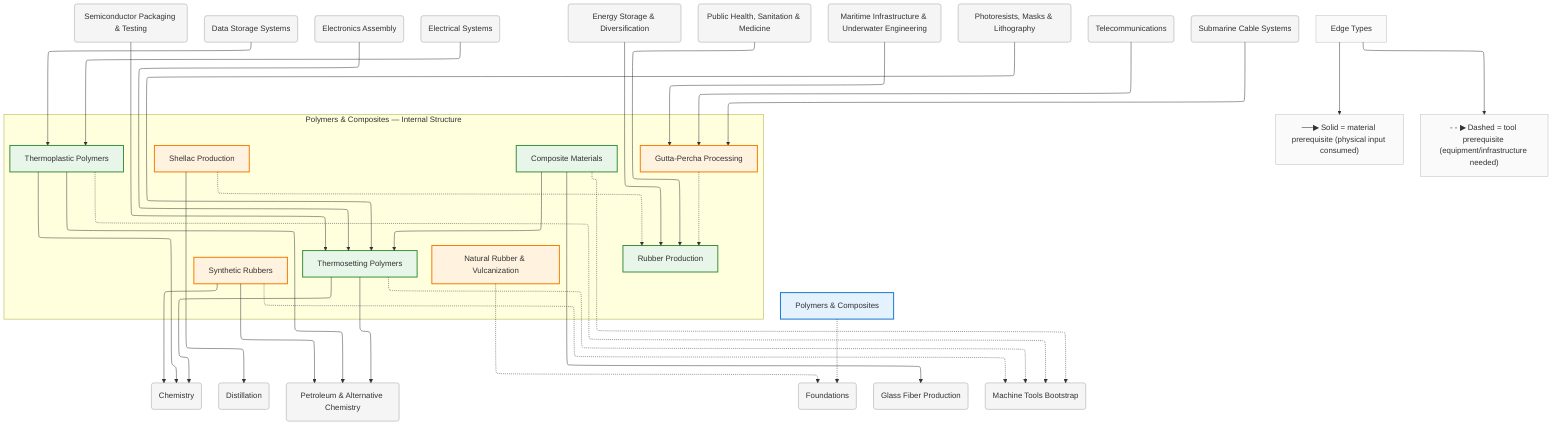
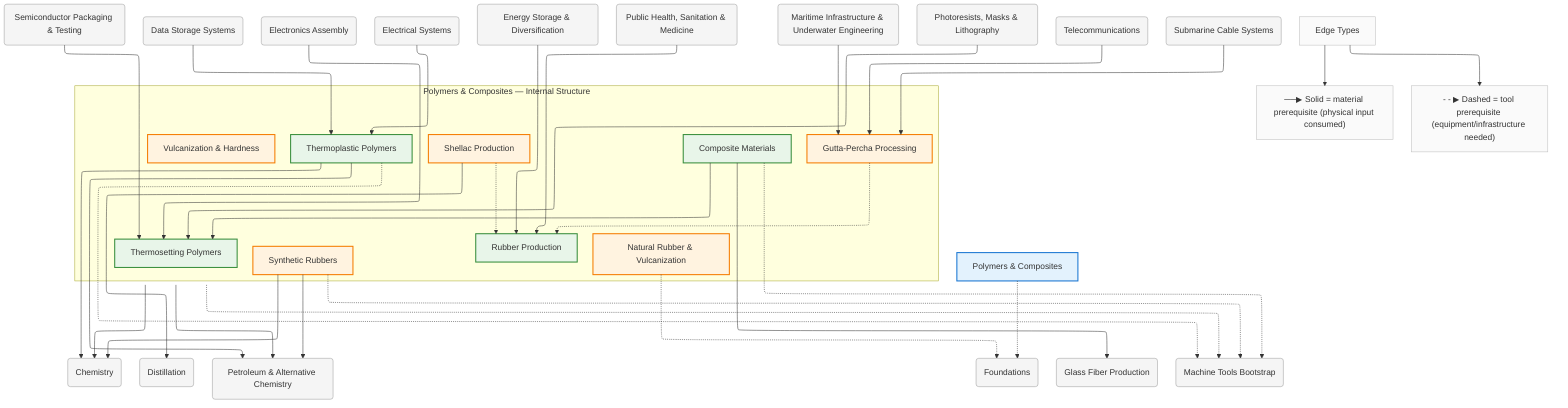
%%{init: {"flowchart": {"defaultRenderer": "elk", "htmlLabels": true}}}%%
graph TD
    %% Domain: Polymers & Composites

    %% ==================== INTERNAL NODES ====================
    subgraph polymers_internal ["Polymers & Composites — Internal Structure"]
        direction TB
        polymers_rubber["Rubber Production"]
        polymers_rubber_natural["Natural Rubber & Vulcanization"]
        polymers_rubber_synthetic["Synthetic Rubbers"]
+         polymers_rubber_vulcanization["Vulcanization & Hardness"]
        polymers_thermosets["Thermosetting Polymers"]
        polymers_thermoplastics["Thermoplastic Polymers"]
        polymers_composites["Composite Materials"]
        polymers_rubber_gutta-percha["Gutta-Percha Processing"]
        polymers_rubber_shellac["Shellac Production"]
    end

    %% ==================== DOMAIN NODE ====================
    polymers["Polymers & Composites"]

    %% ==================== EXTERNAL DEPENDENCIES ====================
    chemistry("Chemistry")
    chemistry_distillation("Distillation")
    chemistry_packaging-testing("Semiconductor Packaging & Testing")
    chemistry_petroleum-alternatives("Petroleum & Alternative Chemistry")
    computing_data-storage("Data Storage Systems")
    electronics_assembly("Electronics Assembly")
    electronics_electrical-systems("Electrical Systems")
    energy_storage("Energy Storage & Diversification")
    foundations("Foundations")
    glass_fibers("Glass Fiber Production")
    health("Public Health, Sanitation & Medicine")
    machine-tools("Machine Tools Bootstrap")
    marine_infrastructure("Maritime Infrastructure & Underwater Engineering")
    photolithography_resists-masks("Photoresists, Masks & Lithography")
    telecom("Telecommunications")
    telecom_submarine-cables("Submarine Cable Systems")

    %% ==================== EDGES ====================
    polymers_composites --> polymers_thermosets
    polymers_rubber_gutta-percha -.-> polymers_rubber
    polymers_rubber_shellac -.-> polymers_rubber
    photolithography_resists-masks --> polymers_thermosets
    chemistry_packaging-testing --> polymers_thermosets
    polymers -.-> foundations
    polymers_rubber_synthetic --> chemistry_petroleum-alternatives
    polymers_rubber_synthetic --> chemistry
    polymers_rubber_synthetic -.-> machine-tools
    polymers_thermosets --> chemistry_petroleum-alternatives
    polymers_thermosets --> chemistry
    polymers_thermosets -.-> machine-tools
    polymers_thermoplastics --> chemistry_petroleum-alternatives
    polymers_thermoplastics --> chemistry
    polymers_thermoplastics -.-> machine-tools
    polymers_composites -.-> machine-tools
    polymers_rubber_natural -.-> foundations
    health --> polymers_rubber
    energy_storage --> polymers_rubber
    polymers_rubber_shellac --> chemistry_distillation
    polymers_composites --> glass_fibers
    computing_data-storage --> polymers_thermoplastics
    electronics_assembly --> polymers_thermosets
    electronics_electrical-systems --> polymers_thermoplastics
    telecom --> polymers_rubber_gutta-percha
    telecom_submarine-cables --> polymers_rubber_gutta-percha
    marine_infrastructure --> polymers_rubber_gutta-percha

    %% ==================== EDGE TYPE LEGEND ====================
    EdgeLegend["Edge Types"]
    EdgeLegend --> MatNote["──▶ Solid = material prerequisite (physical input consumed)"]
    EdgeLegend --> ToolNote["- - ▶ Dashed = tool prerequisite (equipment/infrastructure needed)"]

    %% ==================== STYLING ====================
    classDef domain fill:#e3f2fd,stroke:#1976d2,stroke-width:2px
    classDef capability fill:#e8f5e9,stroke:#388e3c,stroke-width:2px
    classDef process fill:#fff3e0,stroke:#f57c00,stroke-width:2px
    classDef critical fill:#fff3e0,stroke:#f57c00,stroke-width:3px
    classDef earlyWin fill:#e8f5e9,stroke:#388e3c,stroke-width:3px
    classDef pinnacle fill:#fce4ec,stroke:#c62828,stroke-width:3px
    classDef external fill:#f5f5f5,stroke:#9e9e9e,stroke-width:1px
    classDef legend fill:#fafafa,stroke:#bdbdbd,stroke-width:1px
    class polymers domain
    class polymers_rubber capability
    class polymers_rubber_natural process
    class polymers_rubber_synthetic process
+     class polymers_rubber_vulcanization process
    class polymers_thermosets capability
    class polymers_thermoplastics capability
    class polymers_composites capability
    class polymers_rubber_gutta-percha process
    class polymers_rubber_shellac process
    class chemistry external
    class chemistry_distillation external
    class chemistry_packaging-testing external
    class chemistry_petroleum-alternatives external
    class computing_data-storage external
    class electronics_assembly external
    class electronics_electrical-systems external
    class energy_storage external
    class foundations external
    class glass_fibers external
    class health external
    class machine-tools external
    class marine_infrastructure external
    class photolithography_resists-masks external
    class telecom external
    class telecom_submarine-cables external
    class EdgeLegend,MatNote,ToolNote legend
